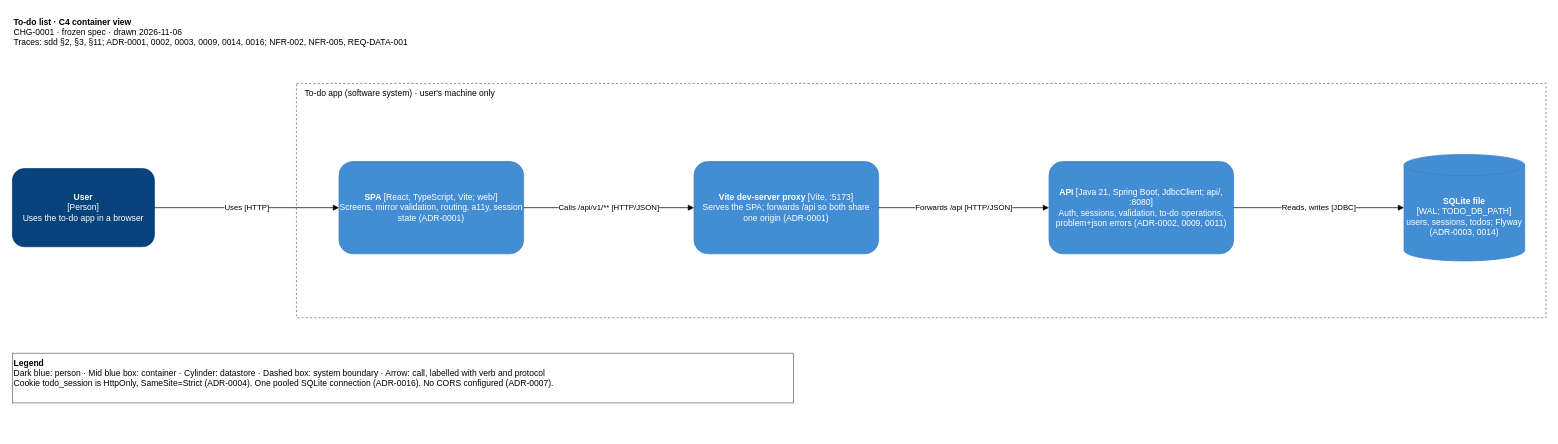
Above: docs/specs/CHG-0001/design/architecture/c4-container.drawio in alokkulkarni/testharness2 (draw.io), before the change. Source tidied: cells renumbered, new cells numbered last; positions are measured from the earlier drawing's top-left corner, leaving out a move shared by most shapes. Both pictures are drawn from the tidied source at 71%, with x=0, y=0 at pixel (12, 12).
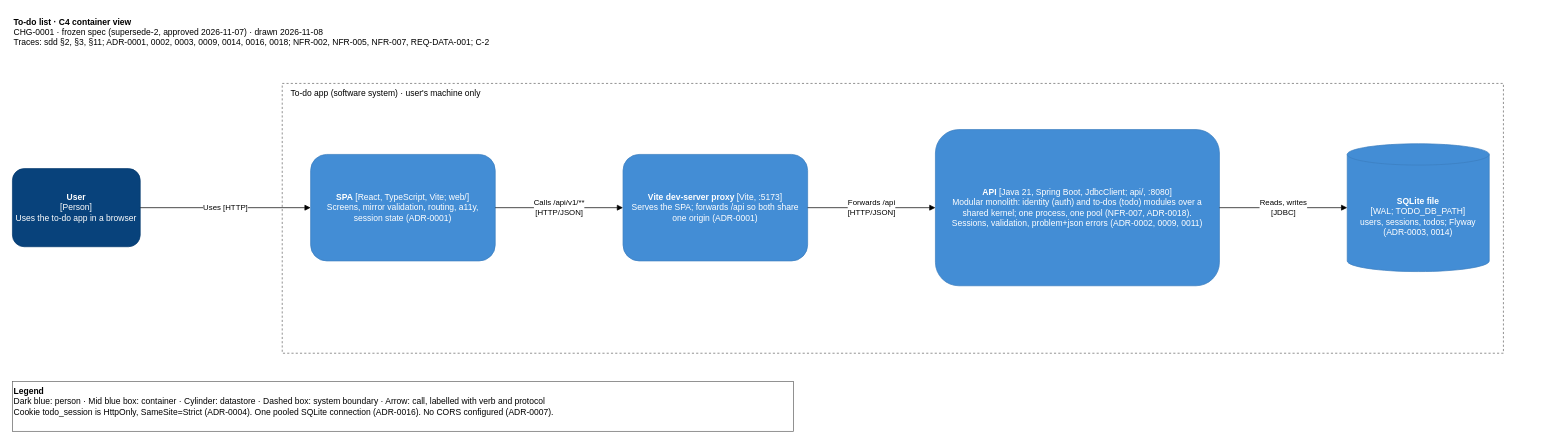
The same page after the edit.

What changed in the source:
```diff
@@
 <mxGraphModel>
   <root>
     <mxCell id="0" />
     <mxCell id="1" parent="0" />
-    <mxCell id="2" value="&lt;b&gt;To-do list · C4 container view&lt;/b&gt;&lt;br&gt;CHG-0001 · frozen spec · drawn 2026-11-06&lt;br&gt;Traces: sdd §2, §3, §11; ADR-0001, 0002, 0003, 0009, 0014, 0016; NFR-002, NFR-005, REQ-DATA-001" style="text;html=1;align=left;verticalAlign=top;whiteSpace=wrap;" parent="1" vertex="1">
-      <mxGeometry width="760" height="60" as="geometry" />
+    <mxCell id="2" value="&lt;b&gt;To-do list · C4 container view&lt;/b&gt;&lt;br&gt;CHG-0001 · frozen spec (supersede-2, approved 2026-11-07) · drawn 2026-11-08&lt;br&gt;Traces: sdd §2, §3, §11; ADR-0001, 0002, 0003, 0009, 0014, 0016, 0018; NFR-002, NFR-005, NFR-007, REQ-DATA-001; C-2" style="text;harness=title;html=1;align=left;verticalAlign=top;whiteSpace=wrap;" parent="1" vertex="1">
+      <mxGeometry width="1000" height="70" as="geometry" />
     </mxCell>
     <mxCell id="3" value="To-do app (software system) · user's machine only" style="rounded=0;dashed=1;fillColor=none;strokeColor=#666666;verticalAlign=top;align=left;spacingLeft=10;html=1;" parent="1" vertex="1">
-      <mxGeometry x="400" y="100" width="1760" height="330" as="geometry" />
+      <mxGeometry x="380" y="100" width="1720" height="380" as="geometry" />
     </mxCell>
     <mxCell id="4" value="&lt;b&gt;User&lt;/b&gt;&lt;br&gt;[Person]&lt;br&gt;Uses the to-do app in a browser" style="rounded=1;whiteSpace=wrap;html=1;fillColor=#08427B;strokeColor=#073B6F;fontColor=#FFFFFF;" parent="1" vertex="1">
-      <mxGeometry y="220" width="200" height="110" as="geometry" />
+      <mxGeometry y="220" width="180" height="110" as="geometry" />
     </mxCell>
-    <mxCell id="5" value="&lt;b&gt;SPA&lt;/b&gt; [React, TypeScript, Vite; web/]&lt;br&gt;Screens, mirror validation, routing, a11y, session state (ADR-0001)" style="rounded=1;whiteSpace=wrap;html=1;fillColor=#438DD5;strokeColor=#3C7FC0;fontColor=#FFFFFF;" parent="1" vertex="1">
-      <mxGeometry x="460" y="210" width="260" height="130" as="geometry" />
+    <mxCell id="5" value="&lt;b&gt;SPA&lt;/b&gt; [React, TypeScript, Vite; web/]&lt;br&gt;Screens, mirror validation, routing, a11y, session state (ADR-0001)" style="rounded=1;whiteSpace=wrap;html=1;spacingLeft=10;spacingRight=10;fillColor=#438DD5;strokeColor=#3C7FC0;fontColor=#FFFFFF;" parent="3" vertex="1">
+      <mxGeometry x="40" y="100" width="260" height="150" as="geometry" />
     </mxCell>
-    <mxCell id="6" value="&lt;b&gt;Vite dev-server proxy&lt;/b&gt; [Vite, :5173]&lt;br&gt;Serves the SPA; forwards /api so both share one origin (ADR-0001)" style="rounded=1;whiteSpace=wrap;html=1;fillColor=#438DD5;strokeColor=#3C7FC0;fontColor=#FFFFFF;" parent="1" vertex="1">
-      <mxGeometry x="960" y="210" width="260" height="130" as="geometry" />
+    <mxCell id="6" value="&lt;b&gt;Vite dev-server proxy&lt;/b&gt; [Vite, :5173]&lt;br&gt;Serves the SPA; forwards /api so both share one origin (ADR-0001)" style="rounded=1;whiteSpace=wrap;html=1;spacingLeft=10;spacingRight=10;fillColor=#438DD5;strokeColor=#3C7FC0;fontColor=#FFFFFF;" parent="3" vertex="1">
+      <mxGeometry x="480" y="100" width="260" height="150" as="geometry" />
     </mxCell>
-    <mxCell id="7" value="&lt;b&gt;API&lt;/b&gt; [Java 21, Spring Boot, JdbcClient; api/, :8080]&lt;br&gt;Auth, sessions, validation, to-do operations, problem+json errors (ADR-0002, 0009, 0011)" style="rounded=1;whiteSpace=wrap;html=1;fillColor=#438DD5;strokeColor=#3C7FC0;fontColor=#FFFFFF;" parent="1" vertex="1">
-      <mxGeometry x="1460" y="210" width="260" height="130" as="geometry" />
+    <mxCell id="7" value="&lt;b&gt;API&lt;/b&gt; [Java 21, Spring Boot, JdbcClient; api/, :8080]&lt;br&gt;Modular monolith: identity (auth) and to-dos (todo) modules over a shared kernel; one process, one pool (NFR-007, ADR-0018). Sessions, validation, problem+json errors (ADR-0002, 0009, 0011)" style="rounded=1;whiteSpace=wrap;html=1;spacingLeft=10;spacingRight=10;fillColor=#438DD5;strokeColor=#3C7FC0;fontColor=#FFFFFF;" parent="3" vertex="1">
+      <mxGeometry x="920" y="65" width="400" height="220" as="geometry" />
     </mxCell>
-    <mxCell id="8" value="&lt;b&gt;SQLite file&lt;/b&gt;&lt;br&gt;[WAL; TODO_DB_PATH]&lt;br&gt;users, sessions, todos; Flyway (ADR-0003, 0014)" style="shape=cylinder3;whiteSpace=wrap;html=1;boundedLbl=1;backgroundOutline=1;size=15;fillColor=#438DD5;strokeColor=#3C7FC0;fontColor=#FFFFFF;" parent="1" vertex="1">
-      <mxGeometry x="1960" y="200" width="170" height="150" as="geometry" />
+    <mxCell id="8" value="&lt;b&gt;SQLite file&lt;/b&gt;&lt;br&gt;[WAL; TODO_DB_PATH]&lt;br&gt;users, sessions, todos; Flyway (ADR-0003, 0014)" style="shape=cylinder3;whiteSpace=wrap;html=1;boundedLbl=1;backgroundOutline=1;size=15;fillColor=#438DD5;strokeColor=#3C7FC0;fontColor=#FFFFFF;" parent="3" vertex="1">
+      <mxGeometry x="1500" y="85" width="200" height="180" as="geometry" />
     </mxCell>
     <mxCell id="9" value="Uses [HTTP]" style="edgeStyle=orthogonalEdgeStyle;rounded=1;html=1;endArrow=block;labelBackgroundColor=#FFFFFF;" parent="1" edge="1" source="4" target="5">
       <mxGeometry relative="1" as="geometry" />
     </mxCell>
-    <mxCell id="10" value="Calls /api/v1/** [HTTP/JSON]" style="edgeStyle=orthogonalEdgeStyle;rounded=1;html=1;endArrow=block;labelBackgroundColor=#FFFFFF;" parent="1" edge="1" source="5" target="6">
+    <mxCell id="10" value="Calls /api/v1/**&lt;br&gt;[HTTP/JSON]" style="edgeStyle=orthogonalEdgeStyle;rounded=1;html=1;endArrow=block;labelBackgroundColor=#FFFFFF;" parent="1" edge="1" source="5" target="6">
       <mxGeometry relative="1" as="geometry" />
     </mxCell>
-    <mxCell id="11" value="Forwards /api [HTTP/JSON]" style="edgeStyle=orthogonalEdgeStyle;rounded=1;html=1;endArrow=block;labelBackgroundColor=#FFFFFF;" parent="1" edge="1" source="6" target="7">
+    <mxCell id="11" value="Forwards /api&lt;br&gt;[HTTP/JSON]" style="edgeStyle=orthogonalEdgeStyle;rounded=1;html=1;endArrow=block;labelBackgroundColor=#FFFFFF;" parent="1" edge="1" source="6" target="7">
       <mxGeometry relative="1" as="geometry" />
     </mxCell>
-    <mxCell id="12" value="Reads, writes [JDBC]" style="edgeStyle=orthogonalEdgeStyle;rounded=1;html=1;endArrow=block;labelBackgroundColor=#FFFFFF;" parent="1" edge="1" source="7" target="8">
+    <mxCell id="12" value="Reads, writes&lt;br&gt;[JDBC]" style="edgeStyle=orthogonalEdgeStyle;rounded=1;html=1;endArrow=block;labelBackgroundColor=#FFFFFF;" parent="1" edge="1" source="7" target="8">
       <mxGeometry relative="1" as="geometry" />
     </mxCell>
-    <mxCell id="13" value="&lt;b&gt;Legend&lt;/b&gt;&lt;br&gt;Dark blue: person · Mid blue box: container · Cylinder: datastore · Dashed box: system boundary · Arrow: call, labelled with verb and protocol&lt;br&gt;Cookie todo_session is HttpOnly, SameSite=Strict (ADR-0004). One pooled SQLite connection (ADR-0016). No CORS configured (ADR-0007)." style="text;html=1;align=left;verticalAlign=top;whiteSpace=wrap;strokeColor=#666666;" parent="1" vertex="1">
-      <mxGeometry y="480" width="1100" height="70" as="geometry" />
+    <mxCell id="13" value="&lt;b&gt;Legend&lt;/b&gt;&lt;br&gt;Dark blue: person · Mid blue box: container · Cylinder: datastore · Dashed box: system boundary · Arrow: call, labelled with verb and protocol&lt;br&gt;Cookie todo_session is HttpOnly, SameSite=Strict (ADR-0004). One pooled SQLite connection (ADR-0016). No CORS configured (ADR-0007)." style="text;harness=legend;html=1;align=left;verticalAlign=top;whiteSpace=wrap;strokeColor=#666666;" parent="1" vertex="1">
+      <mxGeometry y="520" width="1100" height="70" as="geometry" />
     </mxCell>
   </root>
 </mxGraphModel>
```
